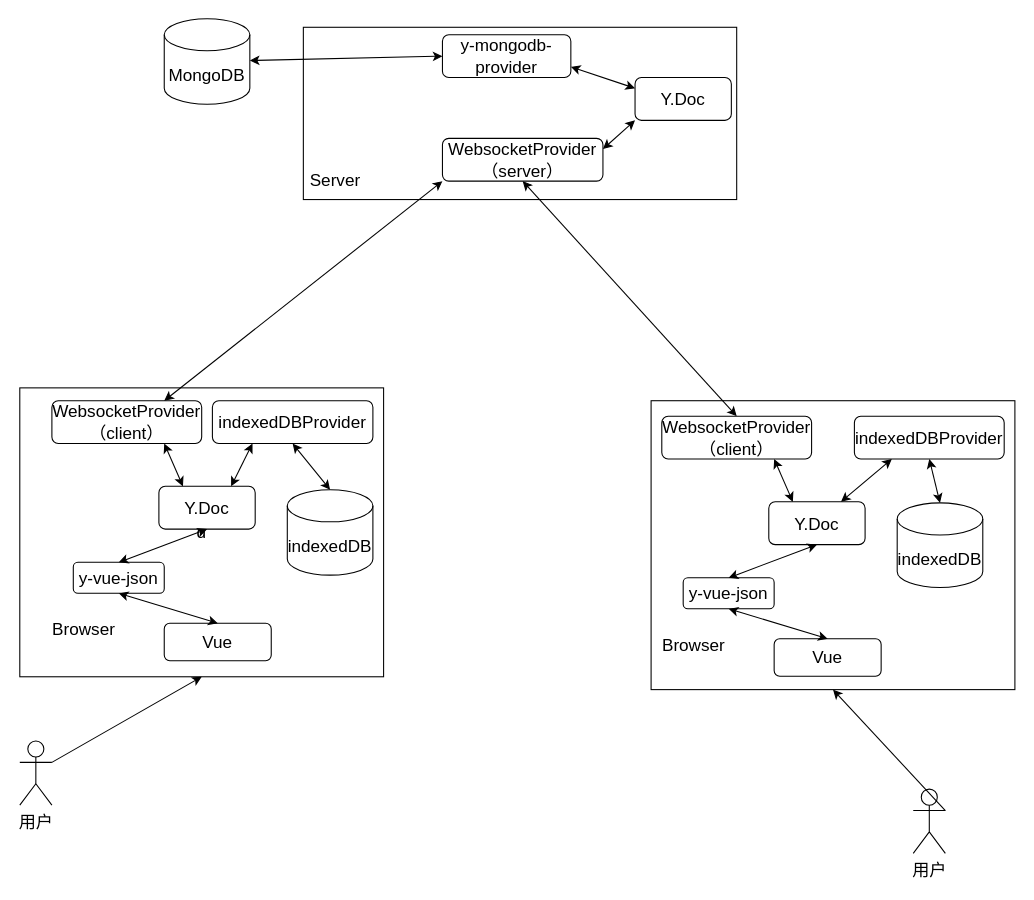
Above: 第四章/协同编辑概要设计.drawio in yuxinyu12345/diagrams (draw.io), before the change. Source tidied: cells renumbered, new cells numbered last; positions are measured from the earlier drawing's top-left corner, leaving out a move shared by most shapes. Both pictures are drawn from the tidied source at 107%, with x=0, y=0 at pixel (19, 18).
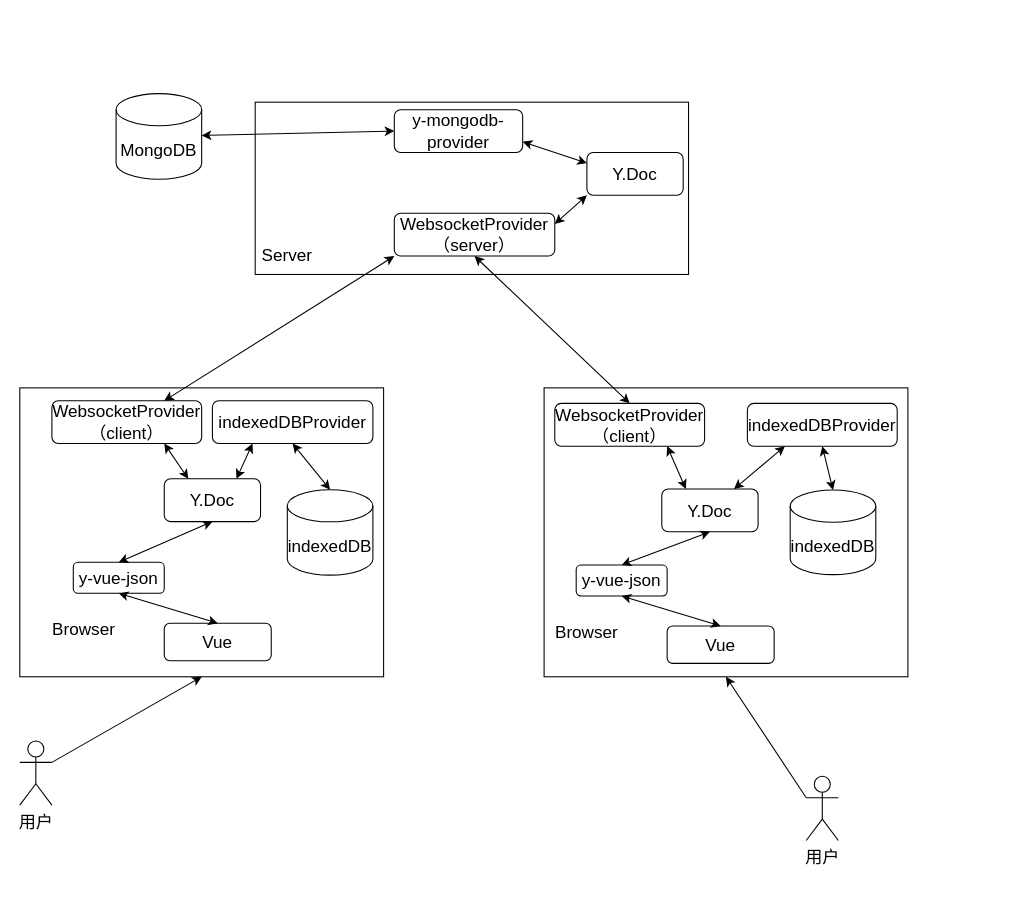
After the change.

Commit message:
更新协同编辑概要设计.drawio

What changed in the source:
```diff
@@
-    <mxCell id="2" value="d" style="rounded=0;whiteSpace=wrap;html=1;fontSize=16;" parent="1" vertex="1">
+    <mxCell id="2" style="rounded=0;whiteSpace=wrap;html=1;fontSize=16;" parent="1" vertex="1">
       <mxGeometry y="345" width="340" height="270" as="geometry" />
     </mxCell>
@@
     <mxCell id="7" value="Y.Doc" style="rounded=1;whiteSpace=wrap;html=1;fontSize=16;" parent="1" vertex="1">
-      <mxGeometry x="130" y="437" width="90" height="40" as="geometry" />
+      <mxGeometry x="135" y="430" width="90" height="40" as="geometry" />
     </mxCell>
@@
     <mxCell id="13" style="rounded=0;whiteSpace=wrap;html=1;fontSize=16;" parent="1" vertex="1">
-      <mxGeometry x="265" y="8" width="405" height="161" as="geometry" />
+      <mxGeometry x="220" y="78" width="405" height="161" as="geometry" />
     </mxCell>
     <mxCell id="14" value="Server" style="text;html=1;strokeColor=none;fillColor=none;align=center;verticalAlign=middle;whiteSpace=wrap;rounded=0;fontSize=16;" parent="1" vertex="1">
-      <mxGeometry x="265" y="136.2" width="60" height="30" as="geometry" />
+      <mxGeometry x="220" y="206.2" width="60" height="30" as="geometry" />
     </mxCell>
     <mxCell id="15" value="WebsocketProvider&lt;br style=&quot;border-color: var(--border-color); font-size: 16px;&quot;&gt;（server）" style="rounded=1;whiteSpace=wrap;html=1;fontSize=16;" parent="1" vertex="1">
-      <mxGeometry x="395" y="111.8" width="150" height="40" as="geometry" />
+      <mxGeometry x="350" y="181.8" width="150" height="40" as="geometry" />
     </mxCell>
     <mxCell id="16" value="Y.Doc" style="rounded=1;whiteSpace=wrap;html=1;fontSize=16;" parent="1" vertex="1">
-      <mxGeometry x="575" y="55" width="90" height="40" as="geometry" />
+      <mxGeometry x="530" y="125" width="90" height="40" as="geometry" />
     </mxCell>
     <mxCell id="17" value="y-mongodb-provider" style="rounded=1;whiteSpace=wrap;html=1;fontSize=16;" parent="1" vertex="1">
-      <mxGeometry x="395" y="15" width="120" height="40" as="geometry" />
+      <mxGeometry x="350" y="85" width="120" height="40" as="geometry" />
     </mxCell>
@@
     <mxCell id="21" style="rounded=0;whiteSpace=wrap;html=1;fontSize=16;" parent="1" vertex="1">
-      <mxGeometry x="590" y="357" width="340" height="270" as="geometry" />
+      <mxGeometry x="490" y="345" width="340" height="270" as="geometry" />
     </mxCell>
@@
     <mxCell id="23" value="MongoDB" style="shape=cylinder3;whiteSpace=wrap;html=1;boundedLbl=1;backgroundOutline=1;size=15;fontSize=16;" parent="1" vertex="1">
-      <mxGeometry x="135" width="80" height="80" as="geometry" />
+      <mxGeometry x="90" y="70" width="80" height="80" as="geometry" />
     </mxCell>
@@
     <mxCell id="29" value="Browser" style="text;html=1;strokeColor=none;fillColor=none;align=center;verticalAlign=middle;whiteSpace=wrap;rounded=0;fontSize=16;" parent="1" vertex="1">
-      <mxGeometry x="600" y="569.5" width="60" height="30" as="geometry" />
+      <mxGeometry x="500" y="557.5" width="60" height="30" as="geometry" />
     </mxCell>
     <mxCell id="30" value="用户" style="shape=umlActor;verticalLabelPosition=bottom;verticalAlign=top;html=1;outlineConnect=0;fontSize=16;" parent="1" vertex="1">
-      <mxGeometry x="835" y="720" width="30" height="60" as="geometry" />
+      <mxGeometry x="735" y="708" width="30" height="60" as="geometry" />
     </mxCell>
-    <mxCell id="31" style="endArrow=classic;html=1;rounded=0;exitX=1;exitY=0.3333333333333333;exitDx=0;exitDy=0;exitPerimeter=0;entryX=0.5;entryY=1;entryDx=0;entryDy=0;fontSize=16;" parent="1" edge="1" source="30" target="21">
+    <mxCell id="31" style="endArrow=classic;html=1;rounded=0;exitX=0;exitY=0.3333333333333333;exitDx=0;exitDy=0;exitPerimeter=0;entryX=0.5;entryY=1;entryDx=0;entryDy=0;fontSize=16;" parent="1" edge="1" source="30" target="21">
       <mxGeometry relative="1" as="geometry" />
     </mxCell>
     <mxCell id="32" value="WebsocketProvider&lt;br style=&quot;font-size: 16px;&quot;&gt;（client）" style="rounded=1;whiteSpace=wrap;html=1;fontSize=16;" parent="1" vertex="1">
-      <mxGeometry x="600" y="371.5" width="140" height="40" as="geometry" />
+      <mxGeometry x="500" y="359.5" width="140" height="40" as="geometry" />
     </mxCell>
     <mxCell id="33" value="Y.Doc" style="rounded=1;whiteSpace=wrap;html=1;fontSize=16;" parent="1" vertex="1">
-      <mxGeometry x="700" y="451.5" width="90" height="40" as="geometry" />
+      <mxGeometry x="600" y="439.5" width="90" height="40" as="geometry" />
     </mxCell>
     <mxCell id="34" value="indexedDBProvider" style="rounded=1;whiteSpace=wrap;html=1;fontSize=16;" parent="1" vertex="1">
-      <mxGeometry x="780" y="371.5" width="140" height="40" as="geometry" />
+      <mxGeometry x="680" y="359.5" width="140" height="40" as="geometry" />
     </mxCell>
     <mxCell id="35" value="indexedDB" style="shape=cylinder3;whiteSpace=wrap;html=1;boundedLbl=1;backgroundOutline=1;size=15;fontSize=16;" parent="1" vertex="1">
-      <mxGeometry x="820" y="452.5" width="80" height="79" as="geometry" />
+      <mxGeometry x="720" y="440.5" width="80" height="79" as="geometry" />
     </mxCell>
@@
     <mxCell id="39" value="Vue" style="rounded=1;whiteSpace=wrap;html=1;fontSize=16;" parent="1" vertex="1">
-      <mxGeometry x="705" y="579.5" width="100" height="35" as="geometry" />
+      <mxGeometry x="605" y="567.5" width="100" height="35" as="geometry" />
     </mxCell>
     <mxCell id="40" value="y-vue-json" style="rounded=1;whiteSpace=wrap;html=1;fontSize=16;" parent="1" vertex="1">
-      <mxGeometry x="620" y="522.5" width="85" height="29" as="geometry" />
+      <mxGeometry x="520" y="510.5" width="85" height="29" as="geometry" />
     </mxCell>
```
